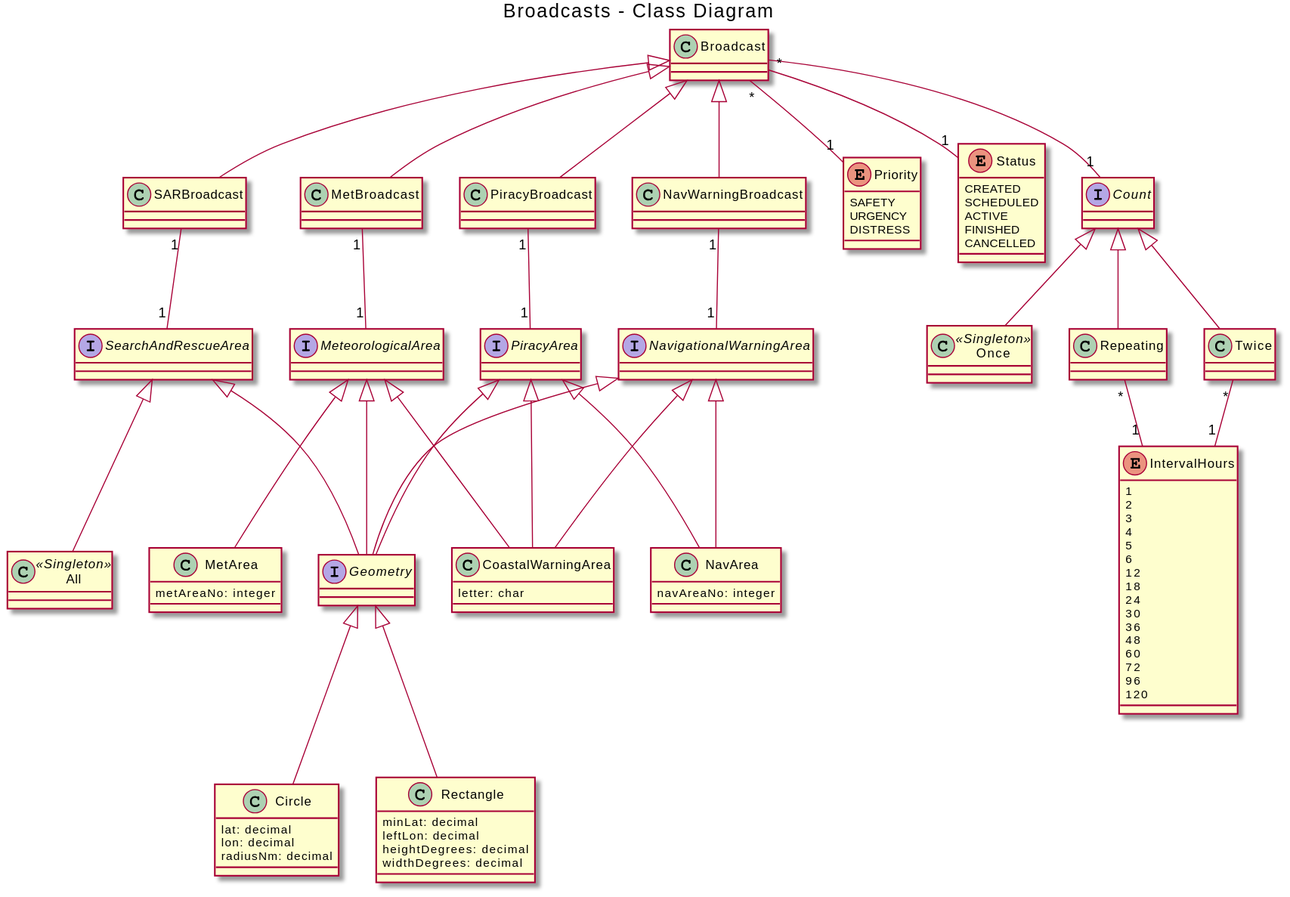
amsa-code/egc-api keeps this PlantUML diagram as c-code-class-diagram.svg. Above is the earlier version.
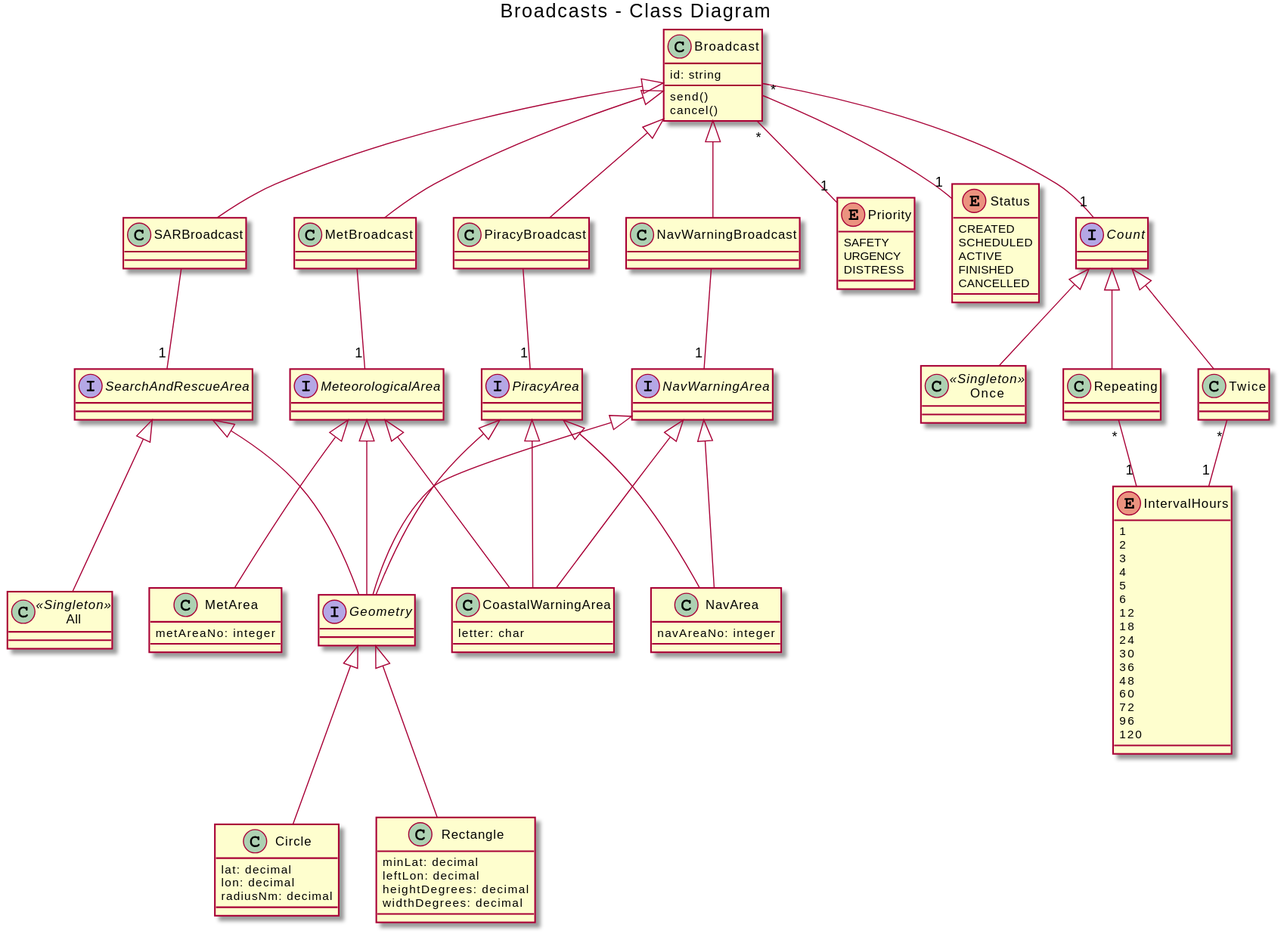
The same diagram one commit later.

Change to the diagram source:
```diff
@@ -1,7 +1,11 @@
 @startuml
 title Broadcasts - Class Diagram
 
-class Broadcast
+class Broadcast {
+  id: string
+  send()
+  cancel()
+}
 class SARBroadcast
 class MetBroadcast
 class NavWarningBroadcast
@@ -71,7 +75,7 @@
 }
 interface Geometry
 class All <<Singleton>>
-interface NavigationalWarningArea
+interface NavWarningArea
 interface MeteorologicalArea
 interface SearchAndRescueArea
 interface PiracyArea
@@ -79,9 +83,9 @@
 Geometry <|-- Circle
 Geometry <|-- Rectangle
 
-NavigationalWarningArea <|-- NavArea
-NavigationalWarningArea <|-- CoastalWarningArea
-NavigationalWarningArea <|-- Geometry
+NavWarningArea <|-- NavArea
+NavWarningArea <|-- CoastalWarningArea
+NavWarningArea <|-- Geometry
 
 MeteorologicalArea <|-- Geometry
 MeteorologicalArea <|-- CoastalWarningArea
@@ -99,10 +103,10 @@
 Broadcast <|-- PiracyBroadcast
 Broadcast <|-- NavWarningBroadcast
 
-SARBroadcast "1" -- "1" SearchAndRescueArea
-MetBroadcast "1" -- "1" MeteorologicalArea
-NavWarningBroadcast "1" -- "1" NavigationalWarningArea
-PiracyBroadcast "1" -- "1" PiracyArea
+SARBroadcast  -- "1" SearchAndRescueArea
+MetBroadcast  -- "1" MeteorologicalArea
+NavWarningBroadcast  -- "1" NavWarningArea
+PiracyBroadcast -- "1" PiracyArea
 
 Broadcast "*" -- "1" Priority
 Broadcast "*" -- "1" Status
```
